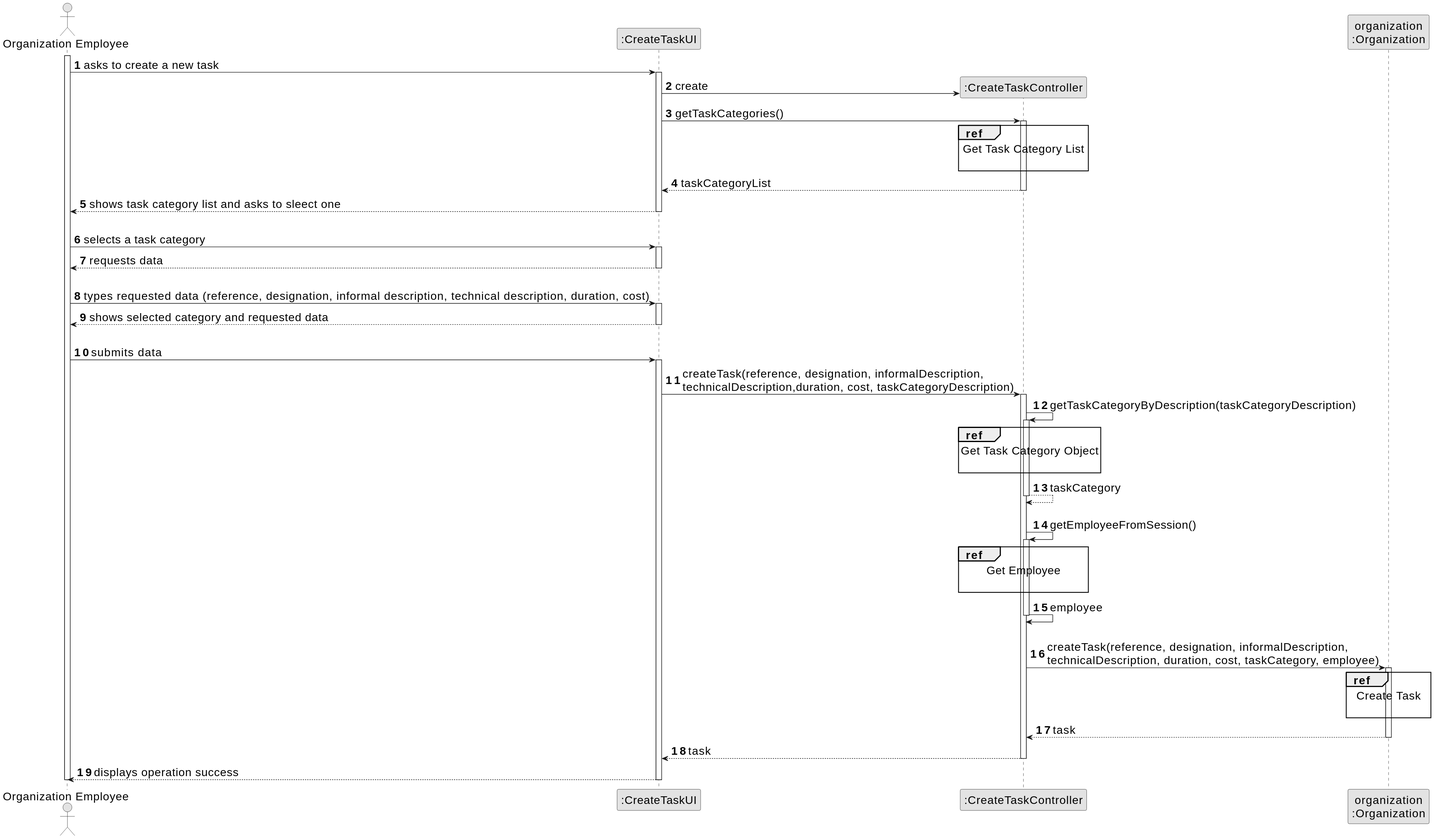
Before: docs/tp01/svg/uc6-sequence-diagram-smaller.svg, a diagram exported from PlantUML (PureNimble/ISEP-LAPR2).
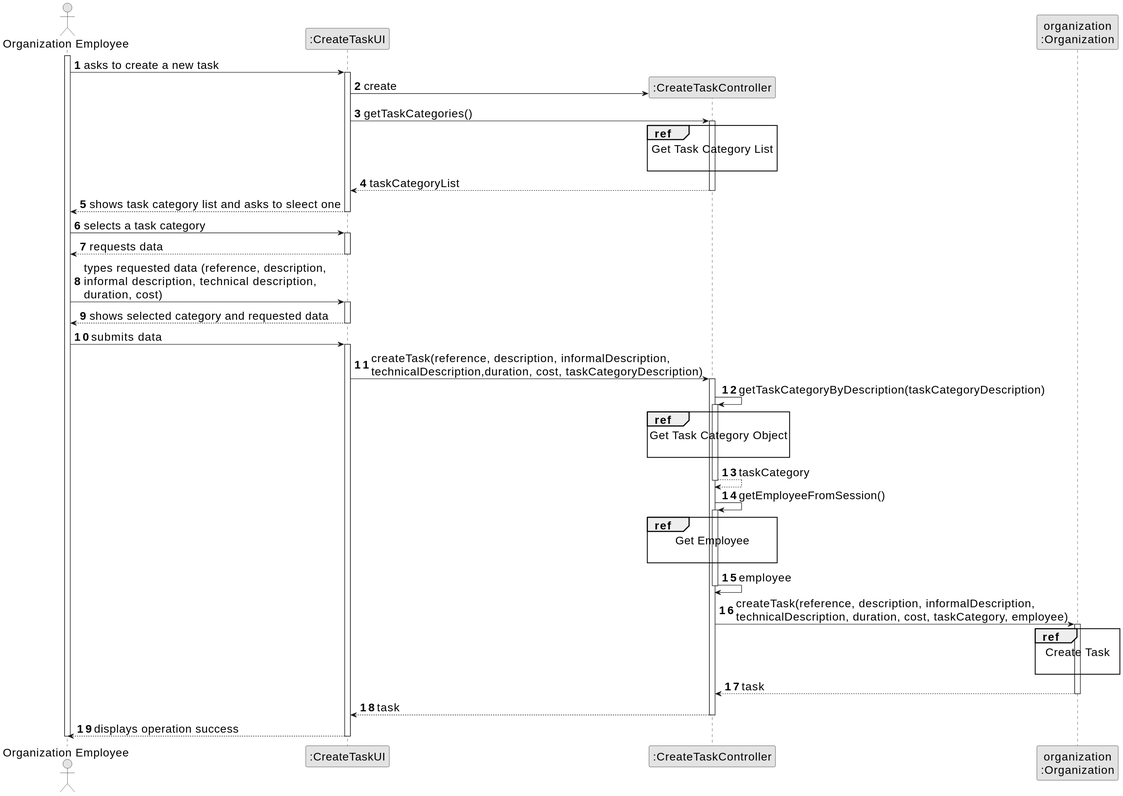
The same file after the commit.

Diff of the diagram source:
```diff
@@ -12,44 +12,42 @@
 participant "organization\n:Organization" as ORG
 
 activate ADM
-        ADM -> UI : asks to create a new task
 
-        activate UI
+    ADM -> UI : asks to create a new task
 
-            UI -> CTRL** : create
-            UI -> CTRL : getTaskCategories()
-            ref over CTRL
-                Get Task Category List
+    activate UI
 
-            end ref
+        UI -> CTRL** : create
+        UI -> CTRL : getTaskCategories()
+        ref over CTRL
+            Get Task Category List
 
-            activate CTRL
+        end ref
 
-                CTRL --> UI : taskCategoryList
-            deactivate CTRL
+        activate CTRL
 
-            UI --> ADM : shows task category list and asks to sleect one
-        deactivate UI
+            CTRL --> UI : taskCategoryList
+        deactivate CTRL
 
-      |||
+        UI --> ADM : shows task category list and asks to sleect one
+    deactivate UI
+
     ADM -> UI : selects a task category
     activate UI
 
         UI --> ADM : requests data
     deactivate UI
 
-    |||
-    ADM -> UI : types requested data (reference, designation,  informal description, technical description, duration, cost)
+    ADM -> UI : types requested data (reference, description,\ninformal description, technical description,\nduration, cost)
     activate UI
 
         UI --> ADM : shows selected category and requested data
     deactivate UI
 
-    |||
     ADM -> UI : submits data
     activate UI
 
-        UI -> CTRL : createTask(reference, designation, informalDescription,\ntechnicalDescription,duration, cost, taskCategoryDescription)
+        UI -> CTRL : createTask(reference, description, informalDescription,\ntechnicalDescription,duration, cost, taskCategoryDescription)
         activate CTRL
 
             CTRL -> CTRL : getTaskCategoryByDescription(taskCategoryDescription)
@@ -63,7 +61,6 @@
                 CTRL --> CTRL : taskCategory
             deactivate CTRL
 
-            |||
             CTRL -> CTRL : getEmployeeFromSession()
             activate CTRL
 
@@ -74,8 +71,7 @@
                 CTRL -> CTRL : employee
             deactivate CTRL
 
-            |||
-            CTRL -> ORG: createTask(reference, designation, informalDescription,\ntechnicalDescription, duration, cost, taskCategory, employee)
+            CTRL -> ORG: createTask(reference, description, informalDescription,\ntechnicalDescription, duration, cost, taskCategory, employee)
             activate ORG
 
                 ref over ORG
```
